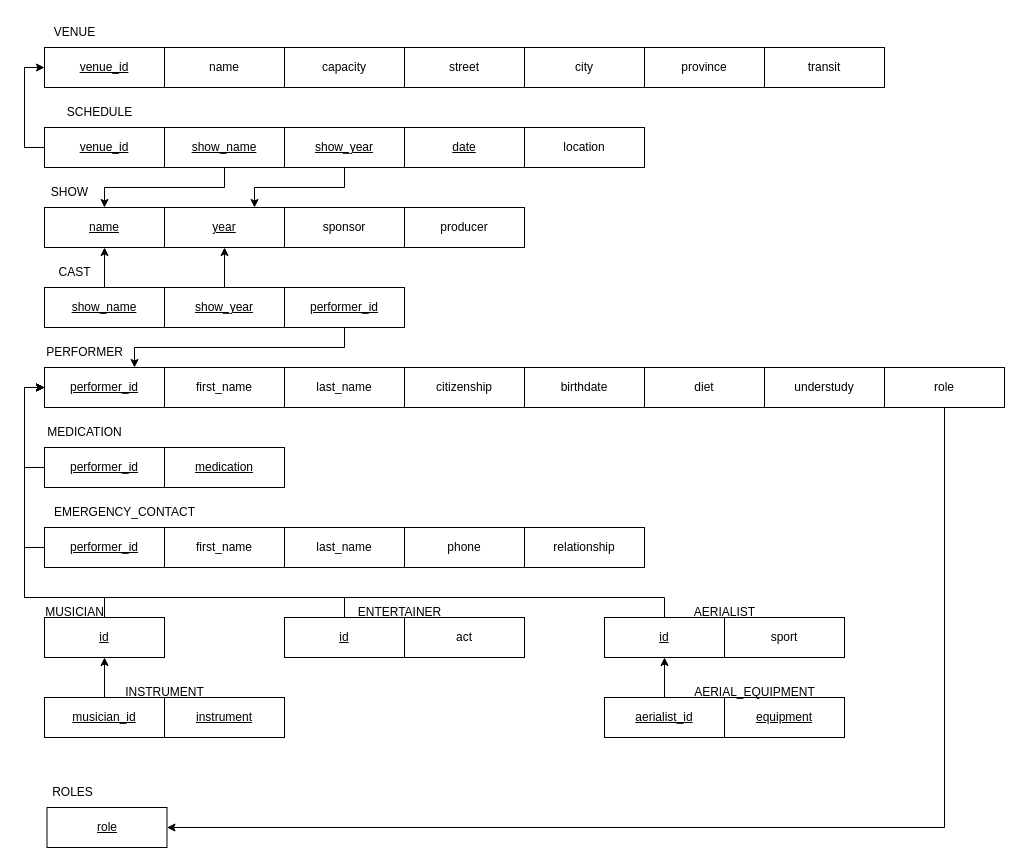
The draw.io diagram Relationship_Diagram.drawio in CA-Proc/ENSF608-Project, before the edit. Source tidied: cells renumbered, new cells numbered last; positions are measured from the earlier drawing's top-left corner, leaving out a move shared by most shapes. Both pictures are drawn from the tidied source at 100%, with x=0, y=0 at pixel (24, 17).
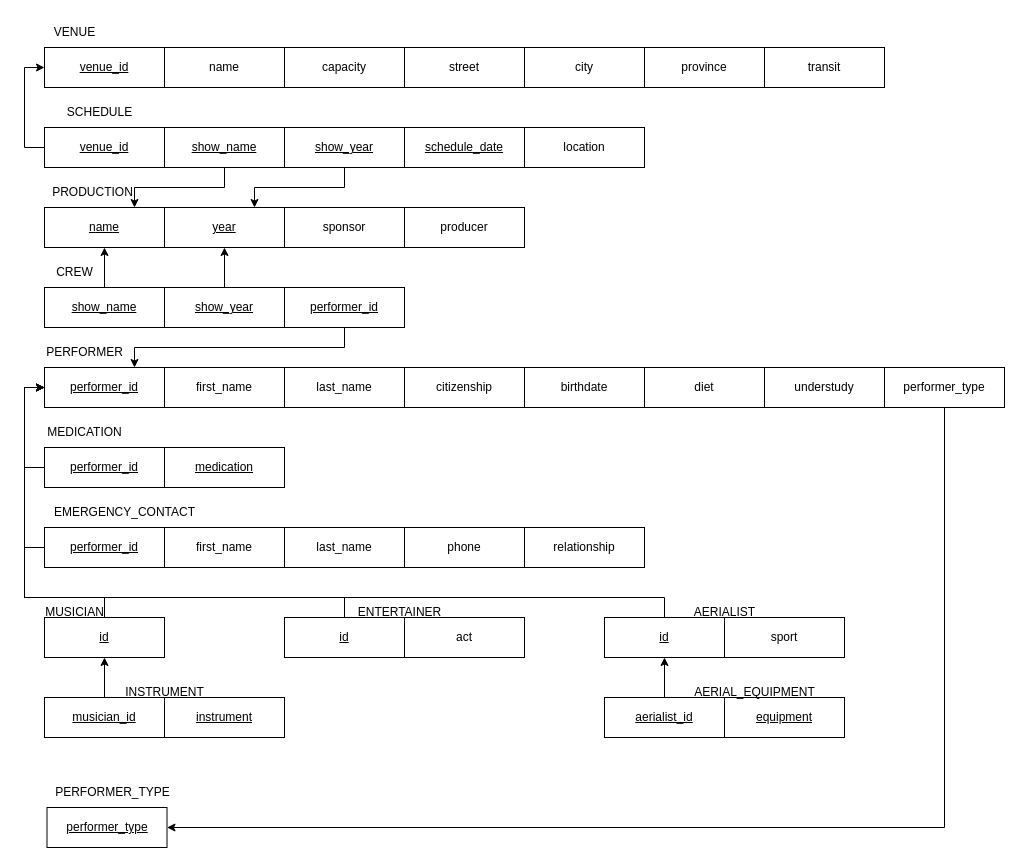
The same page after the edit.

Commit message (it also covers changes not shown here):
Updated diagrams for new table and attribute names

Unchanged cells that the change refers to:
```xml
<mxCell id="18" value="&lt;u&gt;name&lt;/u&gt;" style="rounded=0;whiteSpace=wrap;html=1;" parent="1" vertex="1">
  <mxGeometry x="20" y="190" width="120" height="40" as="geometry" />
</mxCell>
<mxCell id="34" value="&lt;u&gt;show_name&lt;/u&gt;" style="rounded=0;whiteSpace=wrap;html=1;" parent="1" vertex="1">
  <mxGeometry x="140" y="110" width="120" height="40" as="geometry" />
</mxCell>
```

Diff of the diagram source:
```diff
@@
-    <mxCell id="10" value="role" style="rounded=0;whiteSpace=wrap;html=1;" parent="1" vertex="1">
+    <mxCell id="10" value="performer_type" style="rounded=0;whiteSpace=wrap;html=1;" parent="1" vertex="1">
       <mxGeometry x="860" y="350" width="120" height="40" as="geometry" />
     </mxCell>
@@
-    <mxCell id="33" style="edgeStyle=orthogonalEdgeStyle;rounded=0;jettySize=auto;html=1;exitX=0.5;exitY=1;exitDx=0;exitDy=0;entryX=0.5;entryY=0;entryDx=0;entryDy=0;" parent="1" edge="1" source="34" target="18">
+    <mxCell id="33" style="edgeStyle=orthogonalEdgeStyle;rounded=0;jettySize=auto;html=1;exitX=0.5;exitY=1;exitDx=0;exitDy=0;entryX=0.75;entryY=0;entryDx=0;entryDy=0;" parent="1" edge="1" source="34" target="18">
       <mxGeometry relative="1" as="geometry" />
     </mxCell>
@@
-    <mxCell id="37" value="&lt;u&gt;date&lt;/u&gt;" style="rounded=0;whiteSpace=wrap;html=1;" parent="1" vertex="1">
+    <mxCell id="37" value="&lt;u&gt;schedule_date&lt;/u&gt;" style="rounded=0;whiteSpace=wrap;html=1;" parent="1" vertex="1">
       <mxGeometry x="380" y="110" width="120" height="40" as="geometry" />
     </mxCell>
@@
-    <mxCell id="54" value="SHOW" style="text;html=1;align=center;verticalAlign=middle;strokeColor=none;fillColor=none;" parent="1" vertex="1">
-      <mxGeometry x="15" y="160" width="60" height="30" as="geometry" />
+    <mxCell id="54" value="PRODUCTION" style="text;html=1;align=center;verticalAlign=middle;strokeColor=none;fillColor=none;" parent="1" vertex="1">
+      <mxGeometry x="17.5" y="160" width="100" height="30" as="geometry" />
     </mxCell>
@@
-    <mxCell id="70" value="CAST" style="text;html=1;align=center;verticalAlign=middle;strokeColor=none;fillColor=none;" parent="1" vertex="1">
+    <mxCell id="70" value="CREW" style="text;html=1;align=center;verticalAlign=middle;strokeColor=none;fillColor=none;" parent="1" vertex="1">
       <mxGeometry x="20" y="240" width="60" height="30" as="geometry" />
     </mxCell>
-    <mxCell id="71" value="&lt;u&gt;role&lt;/u&gt;" style="rounded=0;whiteSpace=wrap;html=1;" parent="1" vertex="1">
+    <mxCell id="71" value="&lt;u&gt;performer_type&lt;/u&gt;" style="rounded=0;whiteSpace=wrap;html=1;" parent="1" vertex="1">
       <mxGeometry x="22.5" y="790" width="120" height="40" as="geometry" />
     </mxCell>
-    <mxCell id="72" value="ROLES" style="text;html=1;align=center;verticalAlign=middle;strokeColor=none;fillColor=none;" parent="1" vertex="1">
-      <mxGeometry x="17.5" y="760" width="60" height="30" as="geometry" />
+    <mxCell id="72" value="PERFORMER_TYPE" style="text;html=1;align=center;verticalAlign=middle;strokeColor=none;fillColor=none;" parent="1" vertex="1">
+      <mxGeometry x="17.5" y="760" width="140" height="30" as="geometry" />
     </mxCell>
```
